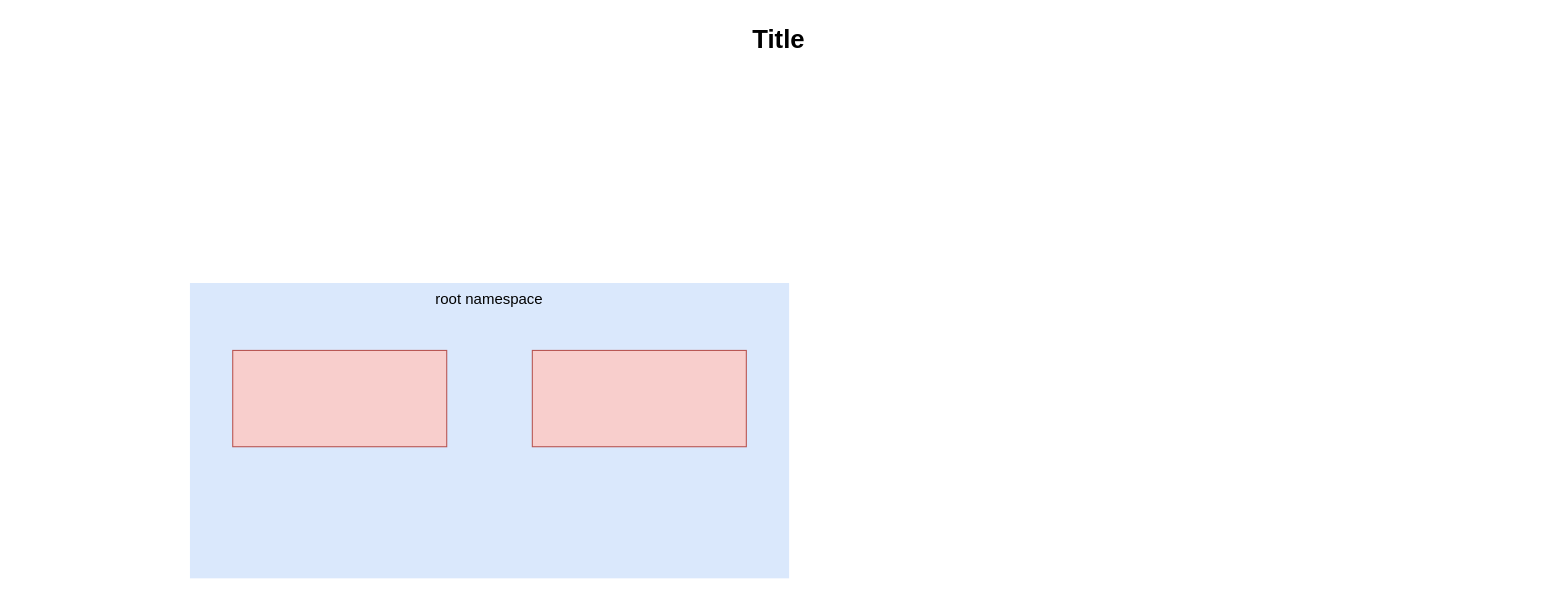
Before: veth_and_bridge.drawio in qinxinliang/diagrams, a draw.io diagram. Source tidied: cells renumbered, new cells numbered last; positions are measured from the earlier drawing's top-left corner, leaving out a move shared by most shapes. Both pictures are drawn from the tidied source at 107%, with x=0, y=0 at pixel (18, 18).
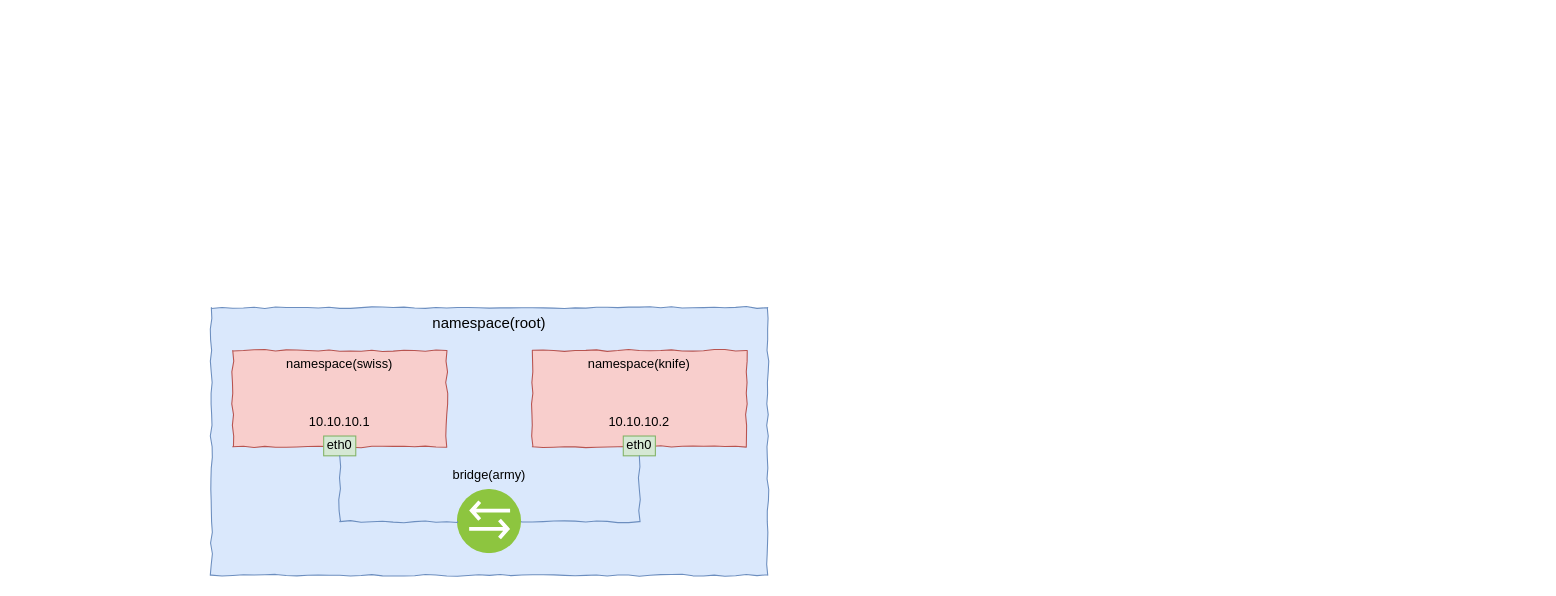
Above is the later version.

Change to the diagram source:
```diff
@@
 <mxGraphModel>
   <root>
     <mxCell id="0" />
     <mxCell id="1" parent="0" />
-    <mxCell id="2" value="root namespace" style="whiteSpace=wrap;html=1;fillColor=#dae8fc;fontSize=14;strokeColor=none;verticalAlign=top;" parent="1" vertex="1">
-      <mxGeometry x="160" y="247" width="560" height="276" as="geometry" />
+    <mxCell id="2" value="namespace(root)" style="whiteSpace=wrap;html=1;fillColor=#dae8fc;fontSize=14;strokeColor=#6c8ebf;verticalAlign=top;comic=1;" parent="1" vertex="1">
+      <mxGeometry x="180" y="270" width="520" height="250" as="geometry" />
     </mxCell>
-    <mxCell id="3" value="Title" style="text;strokeColor=none;fillColor=none;html=1;fontSize=24;fontStyle=1;verticalAlign=middle;align=center;" parent="1" vertex="1">
-      <mxGeometry width="1420" height="40" as="geometry" />
-    </mxCell>
-    <mxCell id="4" style="rounded=0;whiteSpace=wrap;html=1;fillColor=#f8cecc;strokeColor=#b85450;" parent="1" vertex="1">
+    <mxCell id="4" style="rounded=0;whiteSpace=wrap;html=1;fillColor=#f8cecc;strokeColor=#b85450;comic=1;" parent="1" vertex="1">
       <mxGeometry x="200" y="310" width="200" height="90" as="geometry" />
     </mxCell>
-    <mxCell id="5" style="rounded=0;whiteSpace=wrap;html=1;fillColor=#f8cecc;strokeColor=#b85450;" parent="1" vertex="1">
+    <mxCell id="5" style="rounded=0;whiteSpace=wrap;html=1;fillColor=#f8cecc;strokeColor=#b85450;comic=1;" parent="1" vertex="1">
       <mxGeometry x="480" y="310" width="200" height="90" as="geometry" />
     </mxCell>
+    <mxCell id="6" style="perimeter=ellipsePerimeter;html=1;align=center;shadow=0;dashed=0;fontColor=#4277BB;labelBackgroundColor=#ffffff;fontSize=12;spacingTop=3;image;image=img/lib/ibm/vpc/Bridge.svg;strokeColor=default;" parent="1" vertex="1">
+      <mxGeometry x="410" y="440" width="60" height="60" as="geometry" />
+    </mxCell>
+    <mxCell id="7" value="eth0" style="rounded=0;whiteSpace=wrap;html=1;comic=0;strokeColor=#82b366;fillColor=#d5e8d4;" parent="1" vertex="1">
+      <mxGeometry x="285" y="390" width="30" height="18.5" as="geometry" />
+    </mxCell>
+    <mxCell id="8" value="eth0" style="rounded=0;whiteSpace=wrap;html=1;comic=0;strokeColor=#82b366;fillColor=#d5e8d4;" parent="1" vertex="1">
+      <mxGeometry x="565" y="390" width="30" height="18.5" as="geometry" />
+    </mxCell>
+    <mxCell id="9" style="endArrow=none;html=1;entryX=0.5;entryY=1;entryDx=0;entryDy=0;exitX=0;exitY=0.5;exitDx=0;exitDy=0;strokeColor=#6c8ebf;rounded=0;fillColor=#dae8fc;strokeWidth=1;comic=1;" parent="1" edge="1" source="6" target="7">
+      <mxGeometry relative="1" as="geometry">
+        <Array as="points">
+          <mxPoint x="300" y="470" />
+        </Array>
+      </mxGeometry>
+    </mxCell>
+    <mxCell id="10" style="endArrow=none;html=1;entryX=0.5;entryY=1;entryDx=0;entryDy=0;exitX=1;exitY=0.5;exitDx=0;exitDy=0;strokeColor=#6c8ebf;rounded=0;fillColor=#dae8fc;strokeWidth=1;comic=1;" parent="1" edge="1" source="6" target="8">
+      <mxGeometry relative="1" as="geometry">
+        <Array as="points">
+          <mxPoint x="580" y="470" />
+        </Array>
+      </mxGeometry>
+    </mxCell>
+    <mxCell id="11" value="namespace(swiss)" style="text;html=1;strokeColor=none;fillColor=none;align=center;verticalAlign=middle;whiteSpace=wrap;rounded=0;comic=0;" parent="1" vertex="1">
+      <mxGeometry x="250" y="313" width="100" height="20" as="geometry" />
+    </mxCell>
+    <mxCell id="12" value="namespace(knife)" style="text;html=1;strokeColor=none;fillColor=none;align=center;verticalAlign=middle;whiteSpace=wrap;rounded=0;comic=0;" parent="1" vertex="1">
+      <mxGeometry x="530" y="313" width="100" height="20" as="geometry" />
+    </mxCell>
+    <mxCell id="13" value="bridge(army)" style="text;html=1;strokeColor=none;fillColor=none;align=center;verticalAlign=middle;whiteSpace=wrap;rounded=0;comic=0;" parent="1" vertex="1">
+      <mxGeometry x="390" y="417" width="100" height="20" as="geometry" />
+    </mxCell>
+    <mxCell id="14" value="10.10.10.1" style="text;html=1;strokeColor=none;fillColor=none;align=center;verticalAlign=middle;whiteSpace=wrap;rounded=0;comic=0;" parent="1" vertex="1">
+      <mxGeometry x="250" y="367" width="100" height="20" as="geometry" />
+    </mxCell>
+    <mxCell id="15" value="10.10.10.2" style="text;html=1;strokeColor=none;fillColor=none;align=center;verticalAlign=middle;whiteSpace=wrap;rounded=0;comic=0;" parent="1" vertex="1">
+      <mxGeometry x="530" y="367" width="100" height="20" as="geometry" />
+    </mxCell>
   </root>
 </mxGraphModel>
```
